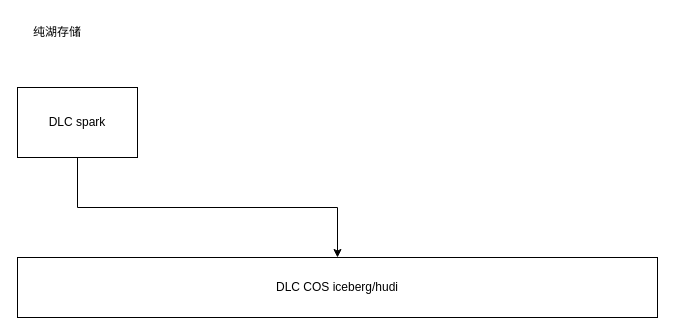
Earlier version of the draw.io diagram DLC+starrocks.drawio (yuhuali1989/ui). Source tidied: cells renumbered, new cells numbered last; positions are measured from the earlier drawing's top-left corner, leaving out a move shared by most shapes. Both pictures are drawn from the tidied source at 100%, with x=0, y=0 at pixel (17, 17).
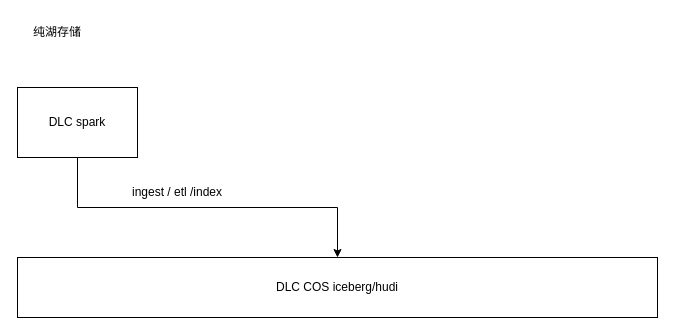
Above is the later version.

Change to the diagram source:
```diff
@@
 <mxGraphModel>
   <root>
     <mxCell id="0" />
     <mxCell id="1" parent="0" />
     <mxCell id="2" value="纯湖存储" style="text;html=1;strokeColor=none;fillColor=none;align=center;verticalAlign=middle;whiteSpace=wrap;rounded=0;" parent="1" vertex="1">
       <mxGeometry x="10" width="60" height="30" as="geometry" />
     </mxCell>
     <mxCell id="3" style="edgeStyle=orthogonalEdgeStyle;rounded=0;jettySize=auto;html=1;" parent="1" edge="1" source="4" target="5">
       <mxGeometry relative="1" as="geometry" />
     </mxCell>
     <mxCell id="4" value="DLC spark" style="rounded=0;whiteSpace=wrap;html=1;" parent="1" vertex="1">
       <mxGeometry y="70" width="120" height="70" as="geometry" />
     </mxCell>
     <mxCell id="5" value="DLC COS iceberg/hudi" style="rounded=0;whiteSpace=wrap;html=1;" parent="1" vertex="1">
       <mxGeometry y="240" width="640" height="60" as="geometry" />
     </mxCell>
+    <mxCell id="6" value="ingest / etl /index" style="text;html=1;strokeColor=none;fillColor=none;align=center;verticalAlign=middle;whiteSpace=wrap;rounded=0;" parent="1" vertex="1">
+      <mxGeometry x="100" y="160" width="120" height="30" as="geometry" />
+    </mxCell>
   </root>
 </mxGraphModel>
```
